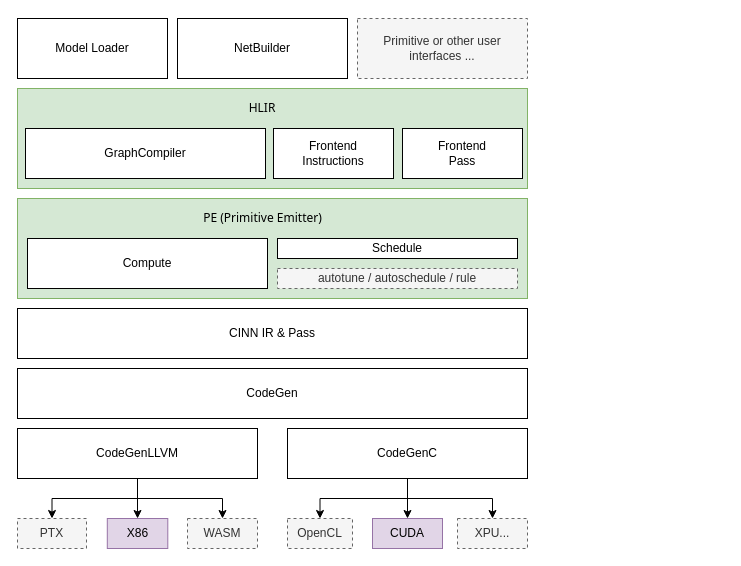
Above: CINN Architecture with future design.drawio in Superjomn/_tmp_images (draw.io), before the change. Source tidied: cells renumbered, new cells numbered last; positions are measured from the earlier drawing's top-left corner, leaving out a move shared by most shapes. Both pictures are drawn from the tidied source at 100%, with x=0, y=0 at pixel (17, 18).
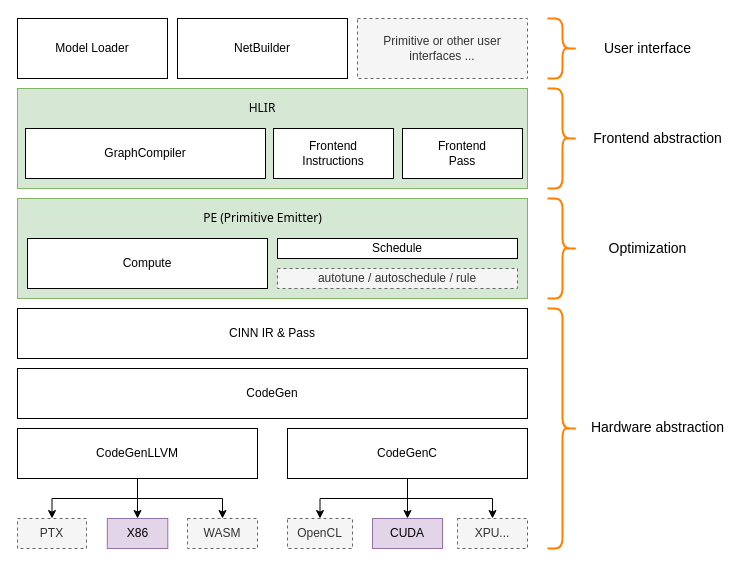
The same diagram, later.

What changed in the source:
```diff
@@
+    <mxCell id="31" style="shape=curlyBracket;whiteSpace=wrap;html=1;rounded=1;flipH=1;size=0.5;strokeWidth=2;strokeColor=#FF8000;" parent="1" vertex="1">
+      <mxGeometry x="530" y="290" width="30" height="240" as="geometry" />
+    </mxCell>
+    <mxCell id="32" value="&lt;span style=&quot;font-weight: normal&quot;&gt;&lt;font style=&quot;font-size: 14px&quot;&gt;Hardware abstraction&lt;/font&gt;&lt;/span&gt;" style="text;strokeColor=none;fillColor=none;html=1;fontSize=24;fontStyle=1;verticalAlign=middle;align=center;labelPosition=center;verticalLabelPosition=middle;horizontal=1;" parent="1" vertex="1">
+      <mxGeometry x="590" y="386" width="100" height="40" as="geometry" />
+    </mxCell>
+    <mxCell id="33" style="shape=curlyBracket;whiteSpace=wrap;html=1;rounded=1;flipH=1;size=0.5;strokeWidth=2;strokeColor=#FF8000;" parent="1" vertex="1">
+      <mxGeometry x="530" y="70" width="30" height="100" as="geometry" />
+    </mxCell>
+    <mxCell id="34" value="&lt;span style=&quot;font-weight: normal&quot;&gt;&lt;font style=&quot;font-size: 14px&quot;&gt;Frontend abstraction&lt;/font&gt;&lt;/span&gt;" style="text;strokeColor=none;fillColor=none;html=1;fontSize=24;fontStyle=1;verticalAlign=middle;align=center;labelPosition=center;verticalLabelPosition=middle;horizontal=1;" parent="1" vertex="1">
+      <mxGeometry x="590" y="97" width="100" height="40" as="geometry" />
+    </mxCell>
+    <mxCell id="35" style="shape=curlyBracket;whiteSpace=wrap;html=1;rounded=1;flipH=1;size=0.5;strokeWidth=2;strokeColor=#FF8000;" parent="1" vertex="1">
+      <mxGeometry x="530" y="180" width="30" height="100" as="geometry" />
+    </mxCell>
+    <mxCell id="36" value="&lt;span style=&quot;font-weight: normal&quot;&gt;&lt;font style=&quot;font-size: 14px&quot;&gt;Optimization&lt;/font&gt;&lt;/span&gt;" style="text;strokeColor=none;fillColor=none;html=1;fontSize=24;fontStyle=1;verticalAlign=middle;align=center;labelPosition=center;verticalLabelPosition=middle;horizontal=1;" parent="1" vertex="1">
+      <mxGeometry x="580" y="207" width="100" height="40" as="geometry" />
+    </mxCell>
+    <mxCell id="37" style="shape=curlyBracket;whiteSpace=wrap;html=1;rounded=1;flipH=1;size=0.5;strokeWidth=2;strokeColor=#FF8000;" parent="1" vertex="1">
+      <mxGeometry x="530" width="30" height="60" as="geometry" />
+    </mxCell>
+    <mxCell id="38" value="&lt;span style=&quot;font-weight: normal&quot;&gt;&lt;font style=&quot;font-size: 14px&quot;&gt;User interface&lt;/font&gt;&lt;/span&gt;" style="text;strokeColor=none;fillColor=none;html=1;fontSize=24;fontStyle=1;verticalAlign=middle;align=center;labelPosition=center;verticalLabelPosition=middle;horizontal=1;" parent="1" vertex="1">
+      <mxGeometry x="580" y="7" width="100" height="40" as="geometry" />
+    </mxCell>
```
